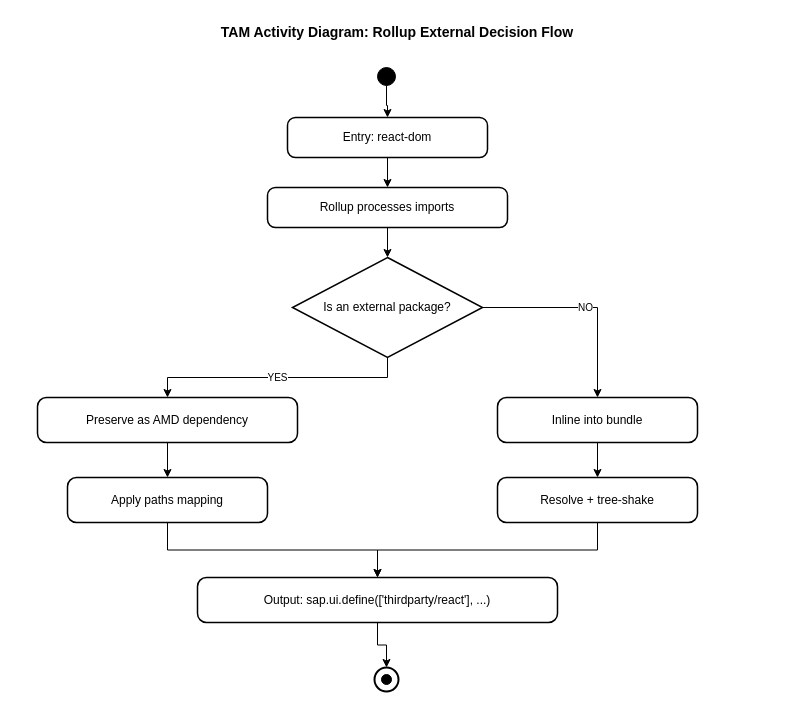
The draw.io diagram rfcs/resources/0020-npm-integration/rollup-external-decision-activity.drawio in UI5/cli, before the edit. Source tidied: cells renumbered, new cells numbered last; positions are measured from the earlier drawing's top-left corner, leaving out a move shared by most shapes. Both pictures are drawn from the tidied source at 100%, with x=0, y=0 at pixel (17, 17).
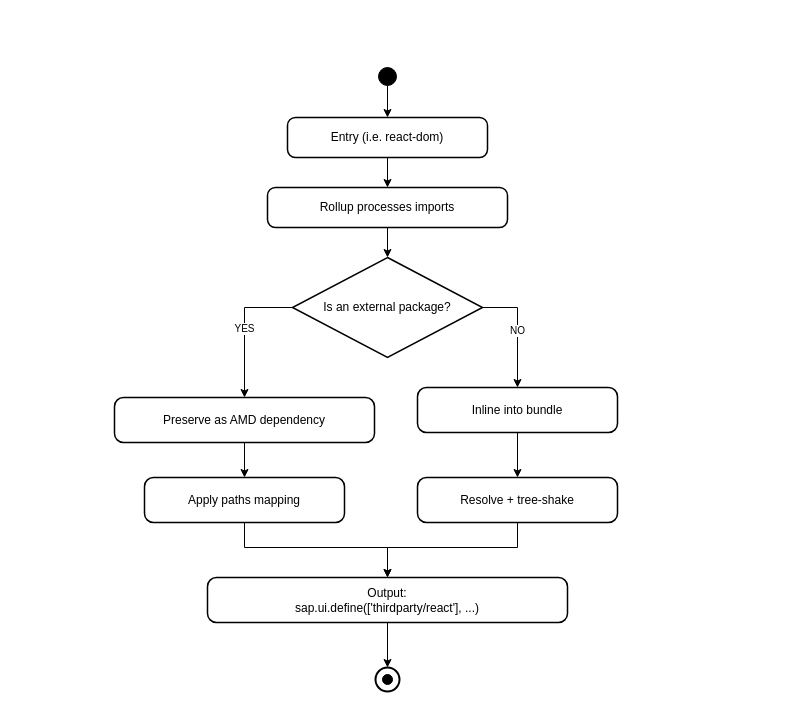
The same page after the edit.

The change refers to these unchanged cells:
```xml
<mxCell id="6" value="Is an external package?" style="rhombus;whiteSpace=wrap;html=1;fillColor=#FFFFFF;strokeColor=#000000;strokeWidth=1.5;" parent="1" vertex="1">
  <mxGeometry x="275" y="240" width="190" height="100" as="geometry" />
</mxCell>
```

Diff of the diagram source:
```diff
@@
-    <mxCell id="2" value="TAM Activity Diagram: Rollup External Decision Flow" style="text;html=1;strokeColor=none;fillColor=none;align=center;verticalAlign=middle;whiteSpace=wrap;fontSize=14;fontStyle=1;" parent="1" vertex="1">
-      <mxGeometry width="760" height="30" as="geometry" />
-    </mxCell>
     <mxCell id="3" style="ellipse;whiteSpace=wrap;html=1;fillColor=#000000;strokeColor=#000000;" parent="1" vertex="1">
-      <mxGeometry x="360" y="50" width="18" height="18" as="geometry" />
+      <mxGeometry x="361" y="50" width="18" height="18" as="geometry" />
     </mxCell>
-    <mxCell id="4" value="Entry: react-dom" style="rounded=1;arcSize=20;whiteSpace=wrap;html=1;fillColor=#FFFFFF;strokeColor=#000000;strokeWidth=1.5;" parent="1" vertex="1">
+    <mxCell id="4" value="Entry (i.e. react-dom)" style="rounded=1;arcSize=20;whiteSpace=wrap;html=1;fillColor=#FFFFFF;strokeColor=#000000;strokeWidth=1.5;" parent="1" vertex="1">
       <mxGeometry x="270" y="100" width="200" height="40" as="geometry" />
     </mxCell>
@@
     <mxCell id="7" value="Preserve as AMD dependency" style="rounded=1;arcSize=20;whiteSpace=wrap;html=1;fillColor=#FFFFFF;strokeColor=#000000;strokeWidth=1.5;" parent="1" vertex="1">
-      <mxGeometry x="20" y="380" width="260" height="45" as="geometry" />
+      <mxGeometry x="97" y="380" width="260" height="45" as="geometry" />
     </mxCell>
     <mxCell id="8" value="Apply paths mapping" style="rounded=1;arcSize=20;whiteSpace=wrap;html=1;fillColor=#FFFFFF;strokeColor=#000000;strokeWidth=1.5;" parent="1" vertex="1">
-      <mxGeometry x="50" y="460" width="200" height="45" as="geometry" />
+      <mxGeometry x="127" y="460" width="200" height="45" as="geometry" />
     </mxCell>
     <mxCell id="9" value="Inline into bundle" style="rounded=1;arcSize=20;whiteSpace=wrap;html=1;fillColor=#FFFFFF;strokeColor=#000000;strokeWidth=1.5;" parent="1" vertex="1">
-      <mxGeometry x="480" y="380" width="200" height="45" as="geometry" />
+      <mxGeometry x="400" y="370" width="200" height="45" as="geometry" />
     </mxCell>
     <mxCell id="10" value="Resolve + tree-shake" style="rounded=1;arcSize=20;whiteSpace=wrap;html=1;fillColor=#FFFFFF;strokeColor=#000000;strokeWidth=1.5;" parent="1" vertex="1">
-      <mxGeometry x="480" y="460" width="200" height="45" as="geometry" />
+      <mxGeometry x="400" y="460" width="200" height="45" as="geometry" />
     </mxCell>
-    <mxCell id="11" value="Output: sap.ui.define(['thirdparty/react'], ...)" style="rounded=1;arcSize=20;whiteSpace=wrap;html=1;fillColor=#FFFFFF;strokeColor=#000000;strokeWidth=1.5;" parent="1" vertex="1">
-      <mxGeometry x="180" y="560" width="360" height="45" as="geometry" />
+    <mxCell id="11" value="Output: &lt;br&gt;sap.ui.define(['thirdparty/react'], ...)" style="rounded=1;arcSize=20;whiteSpace=wrap;html=1;fillColor=#FFFFFF;strokeColor=#000000;strokeWidth=1.5;" parent="1" vertex="1">
+      <mxGeometry x="190" y="560" width="360" height="45" as="geometry" />
     </mxCell>
     <mxCell id="12" style="ellipse;whiteSpace=wrap;html=1;fillColor=#FFFFFF;strokeColor=#000000;strokeWidth=2;" parent="1" vertex="1">
-      <mxGeometry x="357" y="650" width="24" height="24" as="geometry" />
+      <mxGeometry x="358" y="650" width="24" height="24" as="geometry" />
     </mxCell>
     <mxCell id="13" style="ellipse;whiteSpace=wrap;html=1;fillColor=#000000;strokeColor=#000000;" parent="1" vertex="1">
-      <mxGeometry x="364" y="657" width="10" height="10" as="geometry" />
+      <mxGeometry x="365" y="657" width="10" height="10" as="geometry" />
     </mxCell>
@@
-    <mxCell id="17" value="YES" style="edgeStyle=orthogonalEdgeStyle;rounded=0;jettySize=auto;html=1;endArrow=classic;endFill=1;strokeColor=#000000;fontSize=10;" parent="1" edge="1" source="6" target="7">
+    <mxCell id="17" value="YES" style="edgeStyle=orthogonalEdgeStyle;rounded=0;jettySize=auto;html=1;endArrow=classic;endFill=1;strokeColor=#000000;fontSize=10;exitX=0;exitY=0.5;exitDx=0;exitDy=0;" parent="1" edge="1" source="6" target="7">
       <mxGeometry relative="1" as="geometry" />
     </mxCell>
@@
     <mxCell id="19" style="edgeStyle=orthogonalEdgeStyle;rounded=0;jettySize=auto;html=1;endArrow=classic;endFill=1;strokeColor=#000000;" parent="1" edge="1" source="8" target="11">
-      <mxGeometry relative="1" as="geometry" />
+      <mxGeometry relative="1" as="geometry">
+        <Array as="points">
+          <mxPoint x="227" y="530" />
+          <mxPoint x="370" y="530" />
+        </Array>
+      </mxGeometry>
     </mxCell>
-    <mxCell id="20" value="NO" style="edgeStyle=orthogonalEdgeStyle;rounded=0;jettySize=auto;html=1;endArrow=classic;endFill=1;strokeColor=#000000;fontSize=10;" parent="1" edge="1" source="6" target="9">
-      <mxGeometry relative="1" as="geometry" />
+    <mxCell id="20" value="NO" style="edgeStyle=orthogonalEdgeStyle;rounded=0;jettySize=auto;html=1;endArrow=classic;endFill=1;strokeColor=#000000;fontSize=10;exitX=1;exitY=0.5;exitDx=0;exitDy=0;" parent="1" edge="1" source="6" target="9">
+      <mxGeometry relative="1" as="geometry">
+        <Array as="points">
+          <mxPoint x="500" y="290" />
+        </Array>
+      </mxGeometry>
     </mxCell>
@@
     <mxCell id="22" style="edgeStyle=orthogonalEdgeStyle;rounded=0;jettySize=auto;html=1;endArrow=classic;endFill=1;strokeColor=#000000;" parent="1" edge="1" source="10" target="11">
-      <mxGeometry relative="1" as="geometry" />
+      <mxGeometry relative="1" as="geometry">
+        <Array as="points">
+          <mxPoint x="500" y="530" />
+          <mxPoint x="370" y="530" />
+        </Array>
+      </mxGeometry>
     </mxCell>
```
